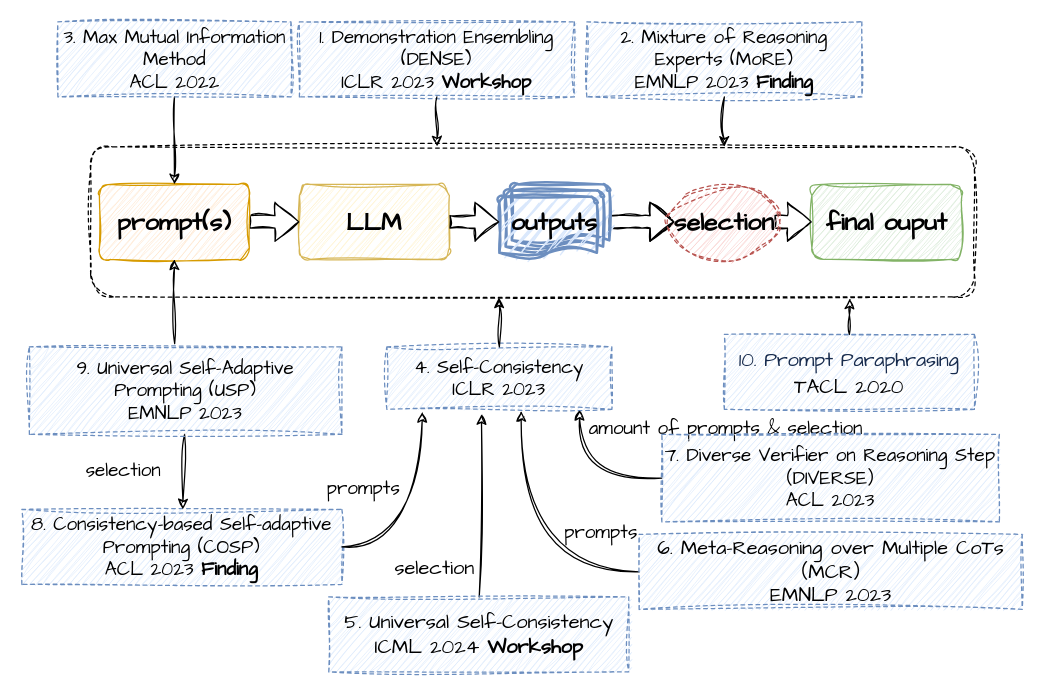
Before: Ensembling.drawio in Olive-2019/drawio-source, a draw.io diagram. Source tidied: cells renumbered, new cells numbered last; positions are measured from the earlier drawing's top-left corner, leaving out a move shared by most shapes. Both pictures are drawn from the tidied source at 125%, with x=0, y=0 at pixel (21, 21).
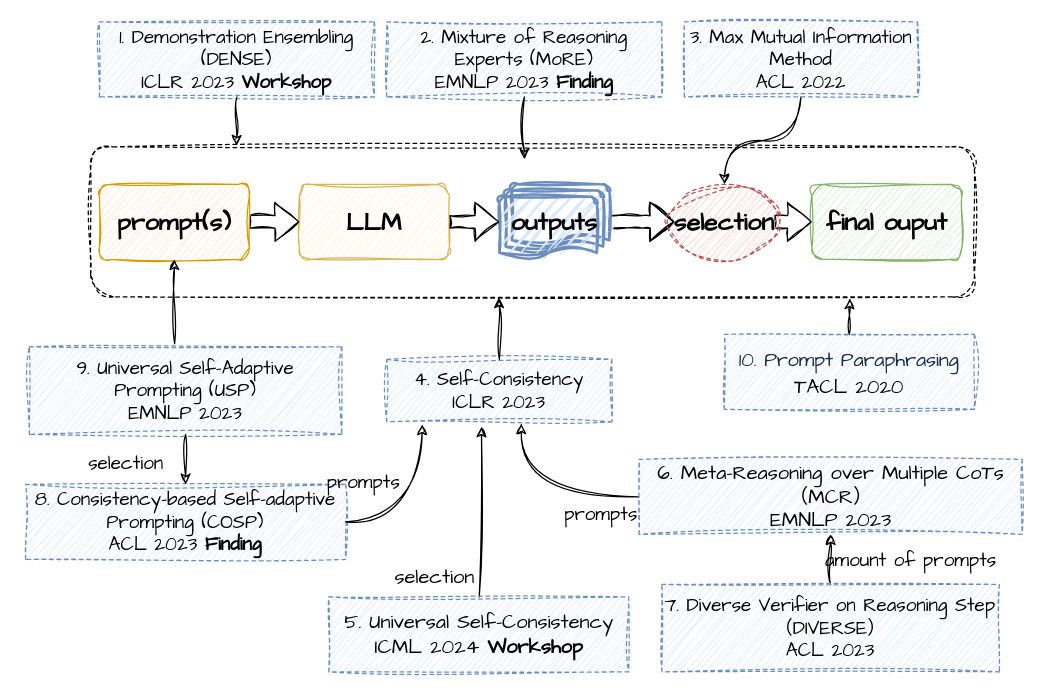
After the change.

The change refers to these unchanged cells:
```xml
<mxCell id="2" style="rounded=1;whiteSpace=wrap;html=1;dashed=1;sketch=1;jiggle=2;curveFitting=1;strokeColor=default;align=center;verticalAlign=middle;fontFamily=Comic Sans MS;fontSize=15;fontColor=default;fillColor=none;gradientColor=none;" parent="1" vertex="1">
  <mxGeometry x="55" y="100" width="707" height="120" as="geometry" />
</mxCell>
<mxCell id="5" value="prompt(s)" style="rounded=1;whiteSpace=wrap;html=1;fillColor=#ffe6cc;strokeColor=#d79b00;fontSize=20;sketch=1;curveFitting=1;jiggle=2;fontFamily=Comic Sans MS;fontStyle=1;" parent="1" vertex="1">
  <mxGeometry x="62" y="130" width="120" height="60" as="geometry" />
</mxCell>
<mxCell id="20" value="&lt;span style=&quot;font-size: 20px;&quot;&gt;selection&lt;/span&gt;" style="ellipse;whiteSpace=wrap;html=1;rounded=0;dashed=1;sketch=1;jiggle=2;curveFitting=1;strokeColor=#b85450;align=center;verticalAlign=middle;fontFamily=Comic Sans MS;fontSize=20;fillColor=#f8cecc;fontStyle=1;" parent="1" vertex="1">
  <mxGeometry x="517" y="130" width="90" height="60" as="geometry" />
</mxCell>
```

Change to the diagram source:
```diff
@@
     <mxCell id="11" value="1. Demonstration Ensembling (DENSE)&lt;div&gt;ICLR 2023&amp;nbsp;&lt;b&gt;Workshop&lt;/b&gt;&lt;/div&gt;" style="text;html=1;align=center;verticalAlign=middle;whiteSpace=wrap;rounded=0;fontSize=15;strokeColor=#6c8ebf;dashed=1;sketch=1;curveFitting=1;jiggle=2;fontFamily=Comic Sans MS;fillColor=#dae8fc;" parent="1" vertex="1">
-      <mxGeometry x="222" width="220" height="60" as="geometry" />
+      <mxGeometry x="62" width="220" height="60" as="geometry" />
     </mxCell>
     <mxCell id="12" value="2. Mixture of Reasoning Experts (MoRE)&lt;div&gt;EMNLP 2023&lt;b&gt;&amp;nbsp;Finding&lt;/b&gt;&lt;/div&gt;" style="text;html=1;align=center;verticalAlign=middle;whiteSpace=wrap;rounded=0;fontSize=15;fontFamily=Comic Sans MS;sketch=1;curveFitting=1;jiggle=2;dashed=1;strokeColor=#6c8ebf;fillColor=#dae8fc;" parent="1" vertex="1">
-      <mxGeometry x="452" width="220" height="60" as="geometry" />
+      <mxGeometry x="292" width="220" height="60" as="geometry" />
     </mxCell>
-    <mxCell id="13" style="edgeStyle=orthogonalEdgeStyle;rounded=0;jettySize=auto;html=1;fontFamily=Comic Sans MS;fontSize=15;fontColor=default;sketch=1;curveFitting=1;jiggle=2;curved=1;entryX=0.5;entryY=0;entryDx=0;entryDy=0;" parent="1" edge="1" source="14" target="5">
+    <mxCell id="13" style="edgeStyle=orthogonalEdgeStyle;rounded=0;jettySize=auto;html=1;fontFamily=Comic Sans MS;fontSize=15;fontColor=default;sketch=1;curveFitting=1;jiggle=2;curved=1;entryX=0.5;entryY=0;entryDx=0;entryDy=0;" parent="1" edge="1" source="14" target="20">
       <mxGeometry relative="1" as="geometry" />
     </mxCell>
     <mxCell id="14" value="3. Max Mutual Information Method&lt;div&gt;ACL 2022&lt;/div&gt;" style="text;html=1;align=center;verticalAlign=middle;whiteSpace=wrap;rounded=0;fontFamily=Comic Sans MS;fontSize=15;dashed=1;strokeColor=#6c8ebf;sketch=1;curveFitting=1;jiggle=2;fillColor=#dae8fc;" parent="1" vertex="1">
-      <mxGeometry x="28.8" width="186.5" height="60" as="geometry" />
+      <mxGeometry x="530" width="186.5" height="60" as="geometry" />
     </mxCell>
     <mxCell id="15" value="4. Self-Consistency&lt;div&gt;ICLR 2023&lt;/div&gt;" style="text;html=1;align=center;verticalAlign=middle;whiteSpace=wrap;rounded=0;fontFamily=Comic Sans MS;fontSize=15;dashed=1;strokeColor=#6c8ebf;sketch=1;curveFitting=1;jiggle=2;fillColor=#dae8fc;" parent="1" vertex="1">
-      <mxGeometry x="292" y="260" width="180" height="50" as="geometry" />
+      <mxGeometry x="292" y="270" width="180" height="50" as="geometry" />
     </mxCell>
@@
-    <mxCell id="19" value="5. Universal Self-Consistency&lt;div&gt;&lt;span style=&quot;text-align: start; font-variant-ligatures: normal; orphans: 2; widows: 2; text-decoration-thickness: initial; text-decoration-style: initial; text-decoration-color: initial;&quot;&gt;ICML 2024 &lt;b&gt;Workshop&lt;/b&gt;&lt;/span&gt;&lt;br style=&quot;font-size: 16px;&quot;&gt;&lt;/div&gt;" style="text;html=1;align=center;verticalAlign=middle;whiteSpace=wrap;rounded=0;fontFamily=Comic Sans MS;fontSize=16;dashed=1;strokeColor=#6c8ebf;sketch=1;curveFitting=1;jiggle=2;fillColor=#dae8fc;" parent="1" vertex="1">
+    <mxCell id="19" value="5. Universal Self-Consistency&lt;div style=&quot;font-size: 16px;&quot;&gt;&lt;span style=&quot;text-align: start; font-variant-ligatures: normal; orphans: 2; widows: 2; text-decoration-thickness: initial; text-decoration-style: initial; text-decoration-color: initial; font-size: 16px;&quot;&gt;ICML 2024 &lt;b style=&quot;font-size: 16px;&quot;&gt;Workshop&lt;/b&gt;&lt;/span&gt;&lt;br style=&quot;font-size: 16px;&quot;&gt;&lt;/div&gt;" style="text;html=1;align=center;verticalAlign=middle;whiteSpace=wrap;rounded=0;fontFamily=Comic Sans MS;fontSize=16;dashed=1;strokeColor=#6c8ebf;sketch=1;curveFitting=1;jiggle=2;fillColor=#dae8fc;" parent="1" vertex="1">
       <mxGeometry x="245.5" y="460" width="240" height="60" as="geometry" />
     </mxCell>
@@
-    <mxCell id="23" value="&lt;span style=&quot;font-size: medium;&quot;&gt;6. Meta-Reasoning over Multiple CoTs（MCR）&lt;/span&gt;&lt;div style=&quot;&quot;&gt;&lt;font size=&quot;3&quot;&gt;EMNLP 2023&lt;/font&gt;&lt;/div&gt;" style="text;html=1;align=center;verticalAlign=middle;whiteSpace=wrap;rounded=0;fontFamily=Comic Sans MS;fontSize=16;strokeColor=#6c8ebf;dashed=1;sketch=1;curveFitting=1;jiggle=2;fillColor=#dae8fc;" parent="1" vertex="1">
-      <mxGeometry x="493.8" y="410" width="306.5" height="60" as="geometry" />
+    <mxCell id="23" value="&lt;span style=&quot;font-size: 16px;&quot;&gt;6. Meta-Reasoning over Multiple CoTs（MCR）&lt;/span&gt;&lt;div style=&quot;font-size: 16px;&quot;&gt;&lt;font style=&quot;font-size: 16px;&quot;&gt;EMNLP 2023&lt;/font&gt;&lt;/div&gt;" style="text;html=1;align=center;verticalAlign=middle;whiteSpace=wrap;rounded=0;fontFamily=Comic Sans MS;fontSize=16;strokeColor=#6c8ebf;dashed=1;sketch=1;curveFitting=1;jiggle=2;fillColor=#dae8fc;" parent="1" vertex="1">
+      <mxGeometry x="493.8" y="350" width="306.5" height="60" as="geometry" />
     </mxCell>
-    <mxCell id="24" style="edgeStyle=orthogonalEdgeStyle;rounded=0;jettySize=auto;html=1;fontFamily=Comic Sans MS;fontSize=15;fontColor=default;sketch=1;curveFitting=1;jiggle=2;curved=1;entryX=0.856;entryY=1.01;entryDx=0;entryDy=0;entryPerimeter=0;" parent="1" edge="1" source="26" target="15">
+    <mxCell id="24" style="edgeStyle=orthogonalEdgeStyle;rounded=0;jettySize=auto;html=1;fontFamily=Comic Sans MS;fontSize=15;fontColor=default;sketch=1;curveFitting=1;jiggle=2;curved=1;entryX=0.5;entryY=1;entryDx=0;entryDy=0;" parent="1" edge="1" source="26" target="23">
       <mxGeometry relative="1" as="geometry" />
     </mxCell>
-    <mxCell id="25" value="amount of prompts &amp;amp; selection" style="edgeLabel;html=1;align=center;verticalAlign=middle;rounded=0;dashed=1;sketch=1;jiggle=2;curveFitting=1;strokeColor=default;fontFamily=Comic Sans MS;fontSize=15;fontColor=default;fillColor=none;gradientColor=none;labelBackgroundColor=none;" parent="24" vertex="1">
+    <mxCell id="25" value="amount of prompts" style="edgeLabel;html=1;align=center;verticalAlign=middle;rounded=0;dashed=1;sketch=1;jiggle=2;curveFitting=1;strokeColor=default;fontFamily=Comic Sans MS;fontSize=15;fontColor=default;fillColor=none;gradientColor=none;labelBackgroundColor=none;" parent="24" vertex="1">
       <mxGeometry x="-0.15" y="9" relative="1" as="geometry">
-        <mxPoint x="101" y="-50" as="offset" />
+        <mxPoint x="72" y="-3" as="offset" />
       </mxGeometry>
     </mxCell>
     <mxCell id="26" value="7. Diverse Verifier on Reasoning Step（DIVERSE）&lt;div&gt;ACL 2023&lt;/div&gt;" style="text;html=1;align=center;verticalAlign=middle;whiteSpace=wrap;rounded=0;fontFamily=Comic Sans MS;fontSize=15;strokeColor=#6c8ebf;dashed=1;sketch=1;curveFitting=1;jiggle=2;fillColor=#dae8fc;" parent="1" vertex="1">
-      <mxGeometry x="512" y="330" width="270" height="70" as="geometry" />
+      <mxGeometry x="512" y="450" width="270" height="70" as="geometry" />
     </mxCell>
-    <mxCell id="27" style="edgeStyle=orthogonalEdgeStyle;rounded=0;jettySize=auto;html=1;fontFamily=Comic Sans MS;fontSize=15;fontColor=default;curved=1;sketch=1;curveFitting=1;jiggle=2;entryX=0.717;entryY=0;entryDx=0;entryDy=0;entryPerimeter=0;" parent="1" edge="1" source="12" target="2">
+    <mxCell id="27" style="edgeStyle=orthogonalEdgeStyle;rounded=0;jettySize=auto;html=1;fontFamily=Comic Sans MS;fontSize=15;fontColor=default;curved=1;sketch=1;curveFitting=1;jiggle=2;entryX=0.491;entryY=0.083;entryDx=0;entryDy=0;entryPerimeter=0;" parent="1" edge="1" source="12" target="2">
       <mxGeometry relative="1" as="geometry" />
     </mxCell>
-    <mxCell id="28" style="edgeStyle=orthogonalEdgeStyle;rounded=0;jettySize=auto;html=1;entryX=0.392;entryY=-0.003;entryDx=0;entryDy=0;entryPerimeter=0;fontFamily=Comic Sans MS;fontSize=15;fontColor=default;sketch=1;curveFitting=1;jiggle=2;curved=1;" parent="1" edge="1" source="11" target="2">
+    <mxCell id="28" style="edgeStyle=orthogonalEdgeStyle;rounded=0;jettySize=auto;html=1;entryX=0.165;entryY=-0.008;entryDx=0;entryDy=0;entryPerimeter=0;fontFamily=Comic Sans MS;fontSize=15;fontColor=default;sketch=1;curveFitting=1;jiggle=2;curved=1;" parent="1" edge="1" source="11" target="2">
       <mxGeometry relative="1" as="geometry" />
     </mxCell>
     <mxCell id="29" value="8. Consistency-based Self-adaptive Prompting (COSP)&lt;div&gt;ACL 2023 &lt;b&gt;Finding&lt;/b&gt;&lt;/div&gt;" style="text;html=1;align=center;verticalAlign=middle;whiteSpace=wrap;rounded=0;fontFamily=Comic Sans MS;fontSize=15;strokeColor=#6c8ebf;dashed=1;sketch=1;curveFitting=1;jiggle=2;fillColor=#dae8fc;" parent="1" vertex="1">
-      <mxGeometry y="390" width="256" height="60" as="geometry" />
+      <mxGeometry x="3" y="370" width="256" height="60" as="geometry" />
     </mxCell>
```
